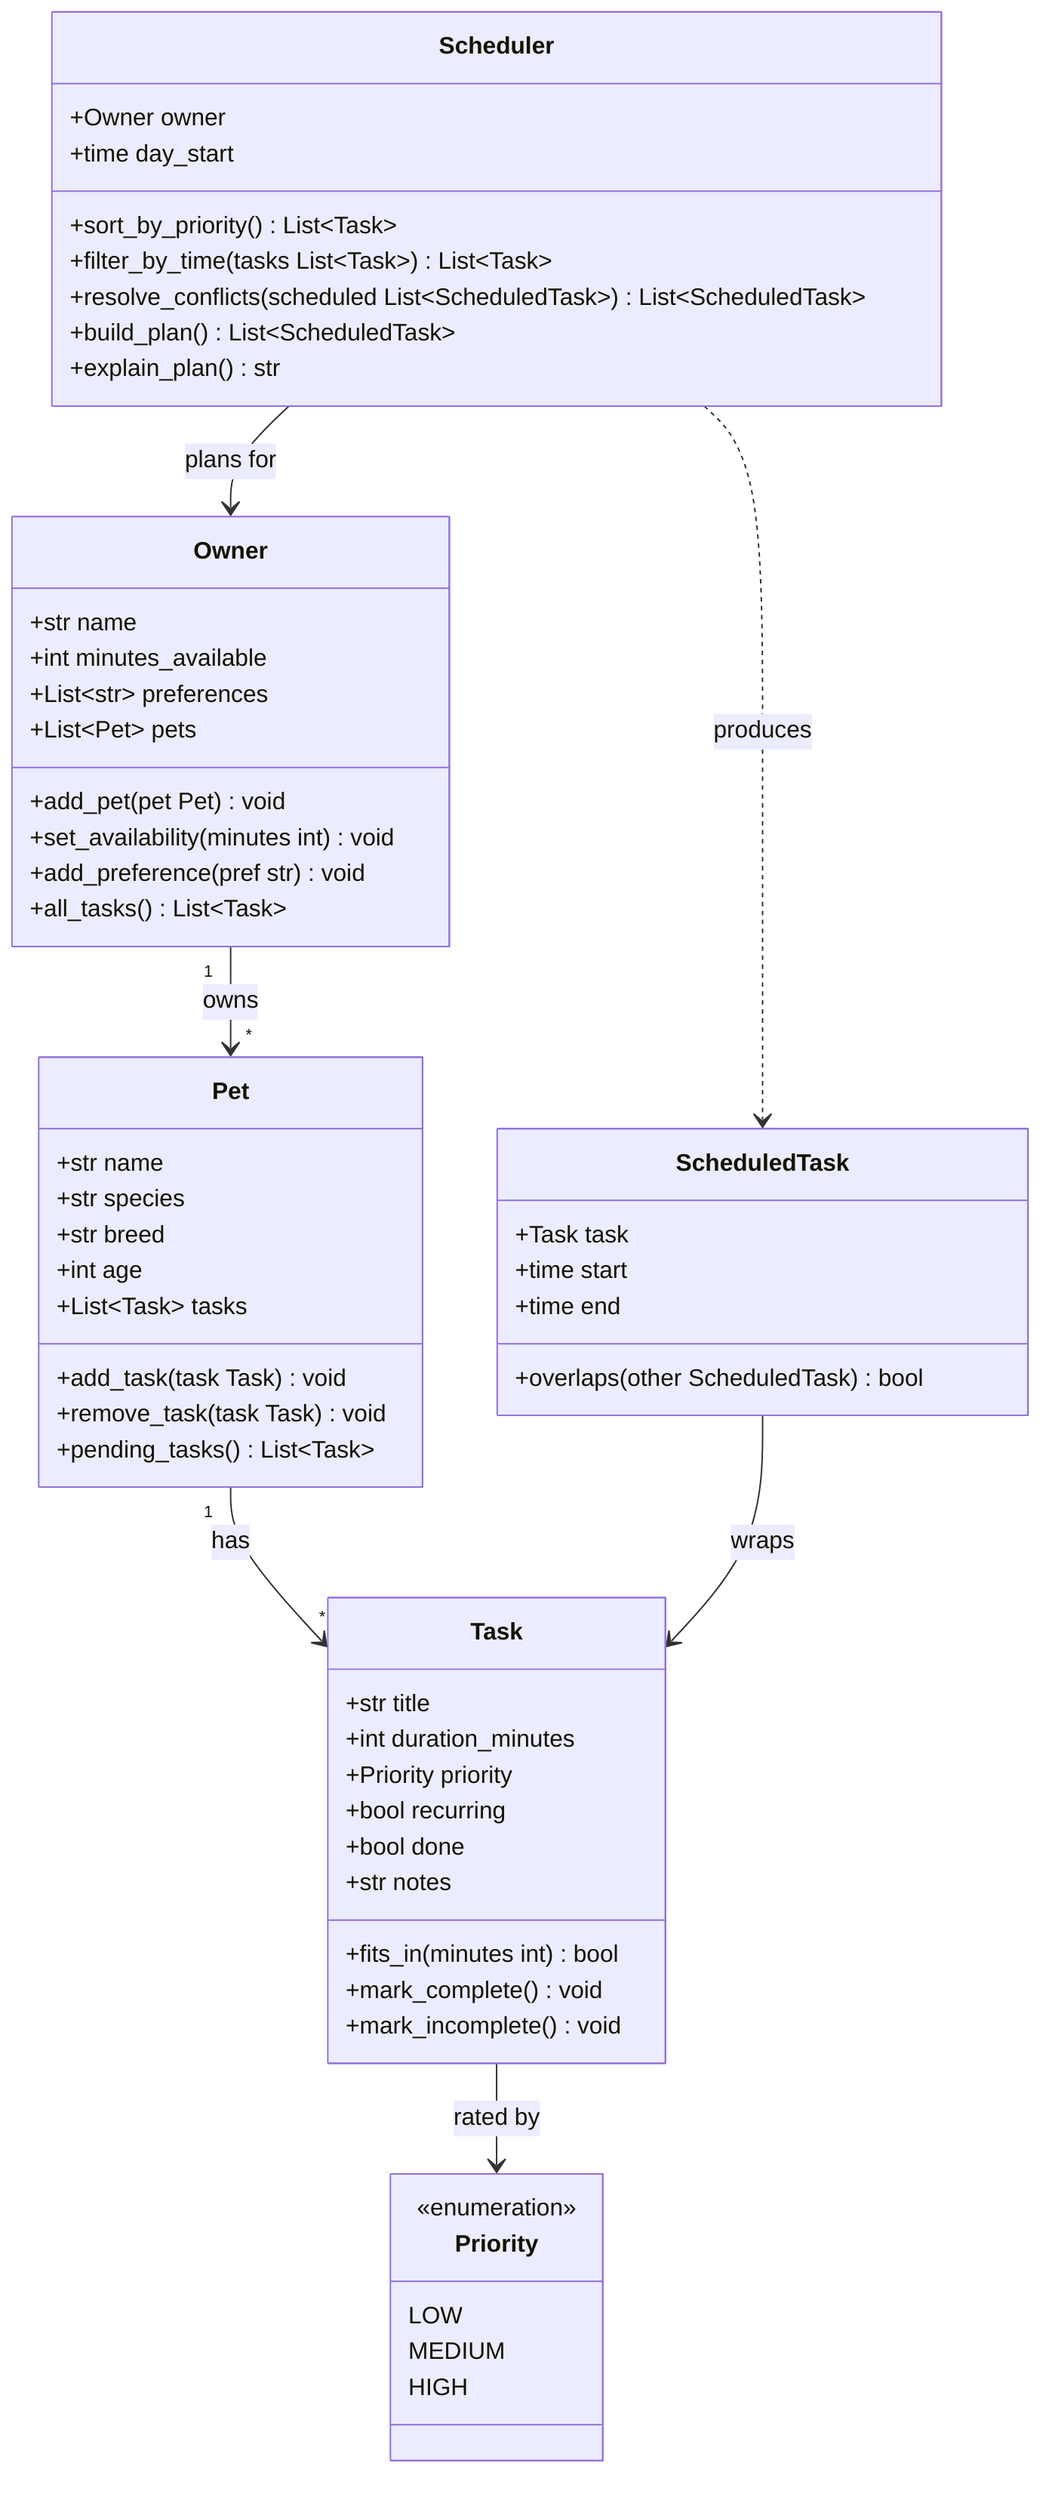
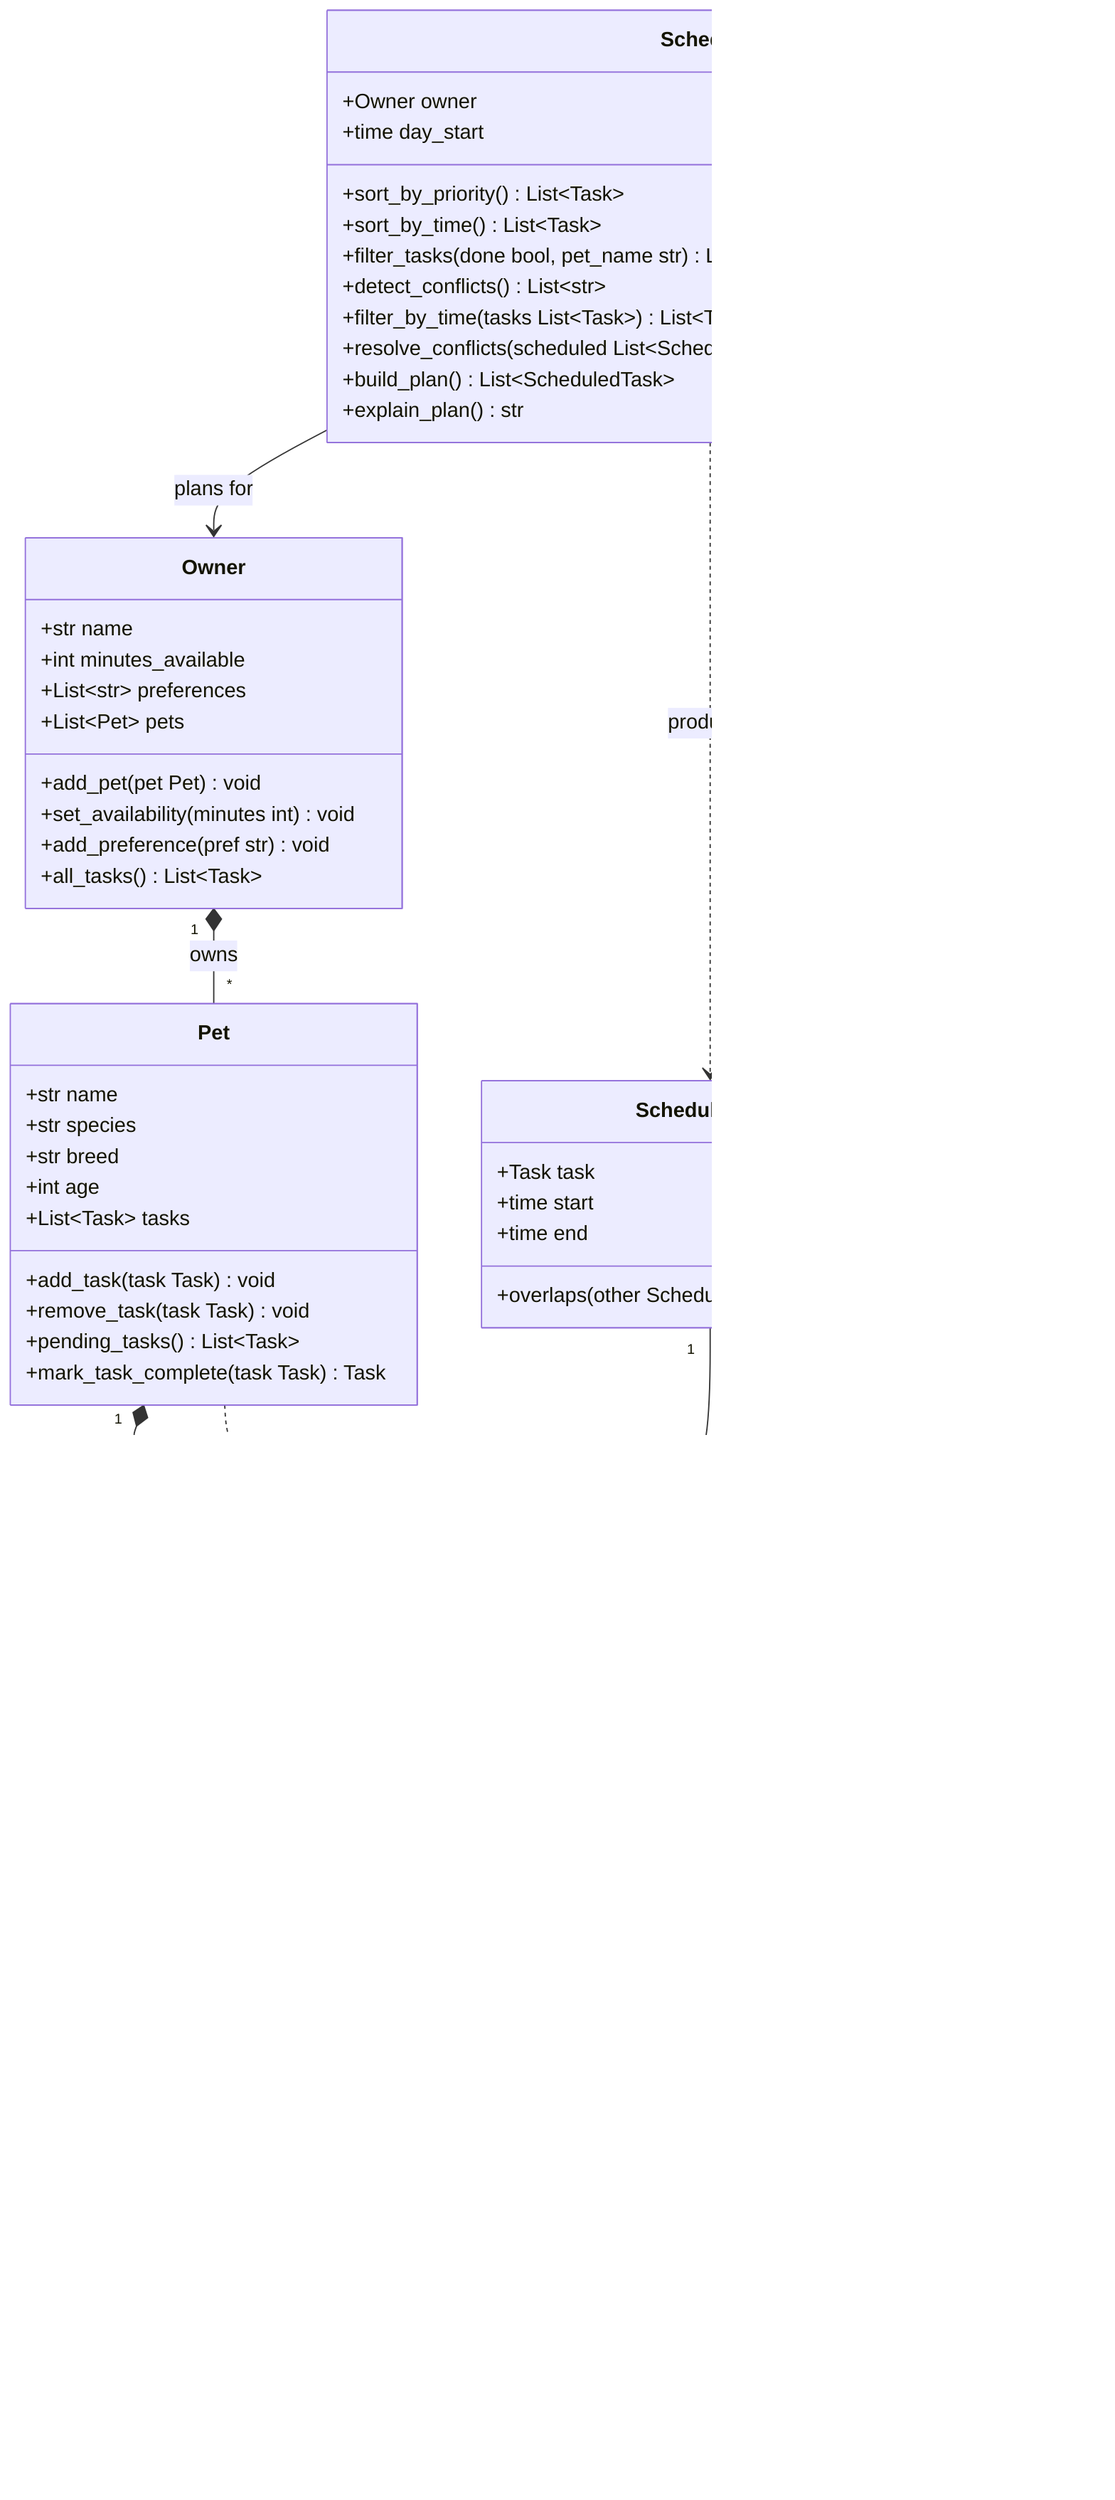
classDiagram
    %% PawPal+ system design (draft)
    %% Refine this so it matches your final implementation.

    class Priority {
        <<enumeration>>
        LOW
        MEDIUM
        HIGH
    }

    class Owner {
        +str name
        +int minutes_available
        +List~str~ preferences
        +List~Pet~ pets
        +add_pet(pet Pet) void
        +set_availability(minutes int) void
        +add_preference(pref str) void
        +all_tasks() List~Task~
    }

    class Pet {
        +str name
        +str species
        +str breed
        +int age
        +List~Task~ tasks
        +add_task(task Task) void
        +remove_task(task Task) void
        +pending_tasks() List~Task~
+         +mark_task_complete(task Task) Task
    }

    class Task {
        +str title
        +int duration_minutes
        +Priority priority
-         +bool recurring
+         +str time
+         +str frequency
+         +date due_date
        +bool done
        +str notes
        +fits_in(minutes int) bool
        +mark_complete() void
        +mark_incomplete() void
+         +is_recurring() bool
+         +next_occurrence(from_date date) Task
    }

    class ScheduledTask {
        +Task task
        +time start
        +time end
        +overlaps(other ScheduledTask) bool
    }

    class Scheduler {
        +Owner owner
        +time day_start
        +sort_by_priority() List~Task~
+         +sort_by_time() List~Task~
+         +filter_tasks(done bool, pet_name str) List~Task~
+         +detect_conflicts() List~str~
        +filter_by_time(tasks List~Task~) List~Task~
        +resolve_conflicts(scheduled List~ScheduledTask~) List~ScheduledTask~
        +build_plan() List~ScheduledTask~
        +explain_plan() str
    }

-     Owner "1" --> "*" Pet : owns
-     Pet "1" --> "*" Task : has
+     Owner "1" *-- "*" Pet : owns
+     Pet "1" *-- "*" Task : has
    Task --> Priority : rated by
-     ScheduledTask --> Task : wraps
+     Task ..> Task : spawns next
+     Pet ..> Task : auto-repeats
+     ScheduledTask "1" --> "1" Task : wraps
    Scheduler --> Owner : plans for
+     Scheduler ..> Task : orders & filters
    Scheduler ..> ScheduledTask : produces
